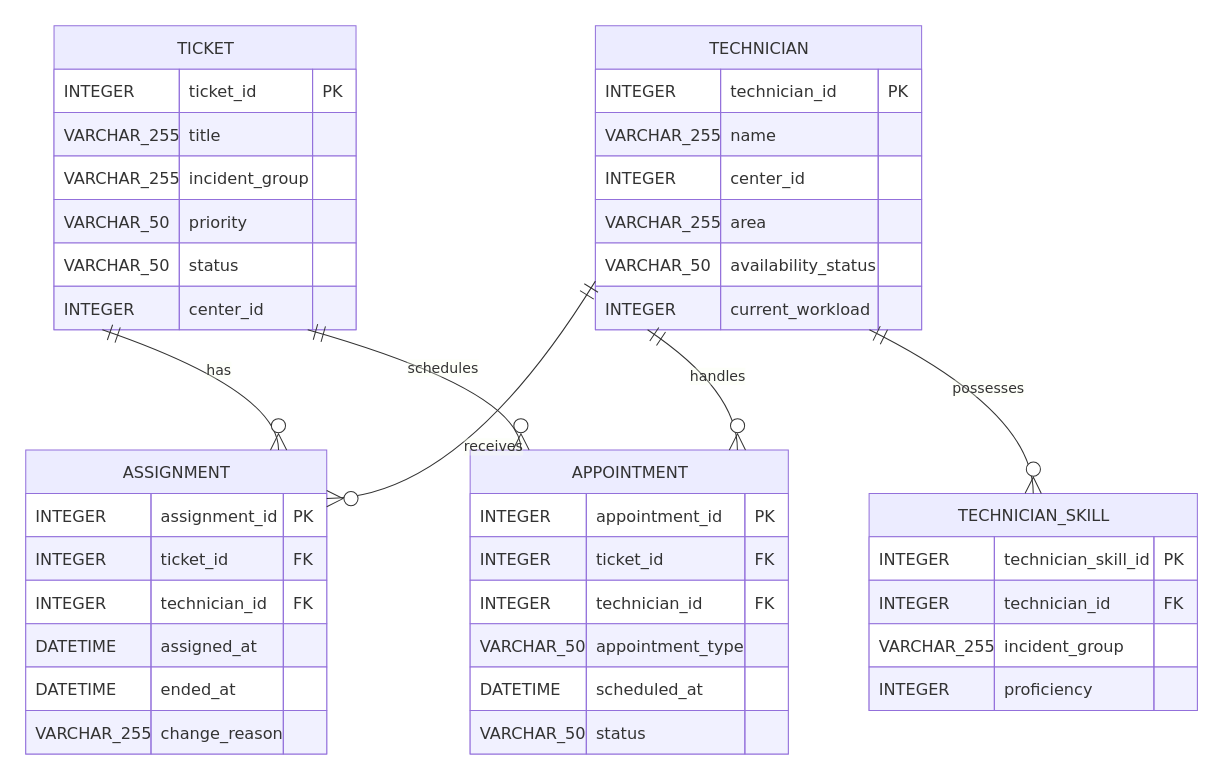
This is docs/erd.drawio from Tringuyen2374802010517/smart-crm, a draw.io file, before an edit. Source tidied: cells renumbered, new cells numbered last; positions are measured from the earlier drawing's top-left corner, leaving out a move shared by most shapes. Both pictures are drawn from the tidied source at 101%, with x=0, y=0 at pixel (17, 17).
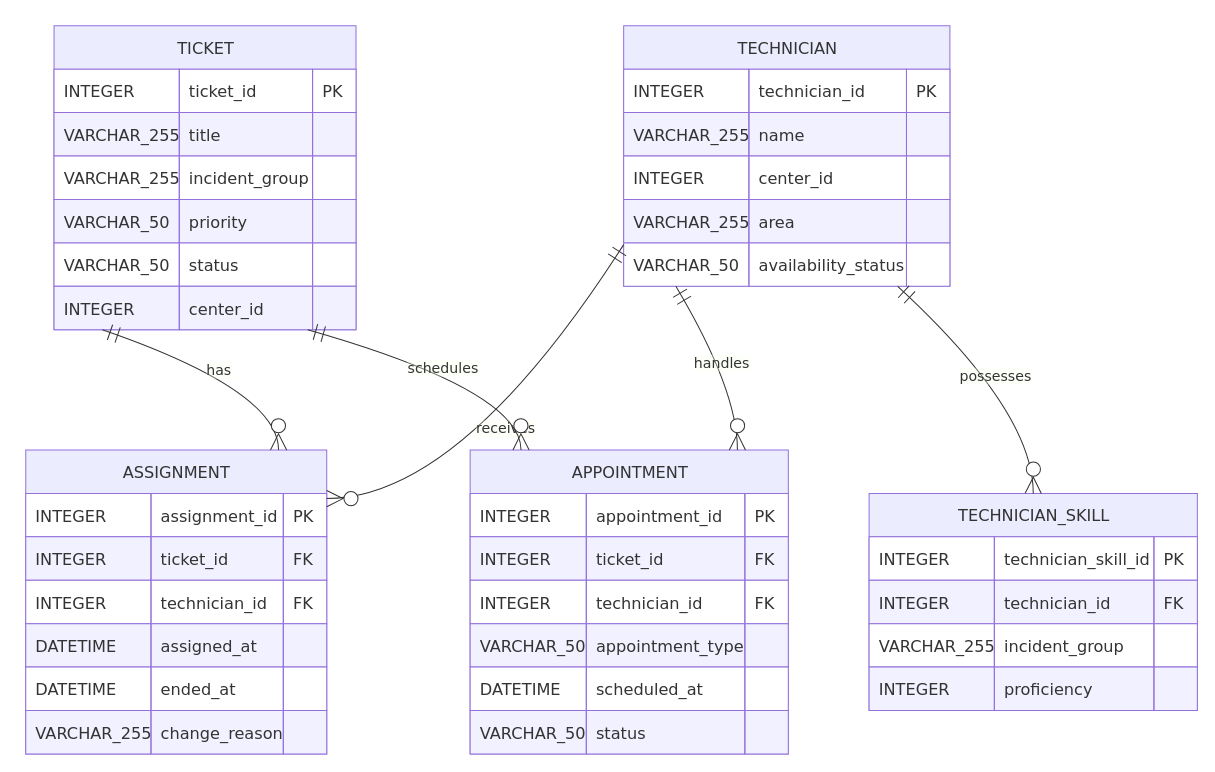
The same diagram, later.

Commit message (it also covers changes not shown here):
docs: finalize L4 SRS ERD schema and wireframes

Unchanged cells that the change refers to:
```xml
<mxCell id="2" style="group;transparentBounds=1;editIcon=1;lockedGroup=0;groupPadding=10;" parent="1" vertex="1">
  <mxGeometry as="geometry" />
</mxCell>
```

What changed in the source:
```diff
@@
     <mxCell id="53" value="TECHNICIAN" style="shape=table;startSize=43;childLayout=tableLayout;rowLines=1;fontSize=16;fontFamily=Trebuchet MS,Verdana,Arial,sans-serif;strokeWidth=1;align=center;html=1;fillColor=light-dark(#ECECFF,#1f2020);strokeColor=light-dark(#9370DB,#cccccc);fontColor=light-dark(#333333,#cccccc);" parent="2" vertex="1">
-      <mxGeometry x="572" y="8" width="323" height="301" as="geometry" />
+      <mxGeometry x="600" y="8" width="323" height="258" as="geometry" />
     </mxCell>
@@
-    <mxCell id="74" style="shape=tableRow;horizontal=0;startSize=0;swimlaneHead=0;swimlaneBody=1;fillColor=light-dark(#F1F1FF,#1f2020);strokeColor=inherit;strokeWidth=1;top=0;left=0;right=0;bottom=0;" parent="53" vertex="1">
-      <mxGeometry y="258" width="323" height="43" as="geometry" />
-    </mxCell>
-    <mxCell id="75" value="INTEGER" style="shape=partialRectangle;fillColor=none;strokeColor=light-dark(#9370DB,#cccccc);strokeWidth=1;fontColor=light-dark(#333333,#cccccc);fontFamily=Trebuchet MS,Verdana,Arial,sans-serif;top=1;left=1;bottom=1;right=1;align=left;spacingLeft=8;overflow=hidden;fontSize=16;" parent="74" vertex="1">
-      <mxGeometry width="124" height="43" as="geometry" />
-    </mxCell>
-    <mxCell id="76" value="current_workload" style="shape=partialRectangle;fillColor=none;strokeColor=light-dark(#9370DB,#cccccc);strokeWidth=1;fontColor=light-dark(#333333,#cccccc);fontFamily=Trebuchet MS,Verdana,Arial,sans-serif;top=1;left=1;bottom=1;right=1;align=left;spacingLeft=8;overflow=hidden;fontSize=16;" parent="74" vertex="1">
-      <mxGeometry x="124" width="156" height="43" as="geometry" />
-    </mxCell>
-    <mxCell id="77" style="shape=partialRectangle;fillColor=none;strokeColor=light-dark(#9370DB,#cccccc);strokeWidth=1;fontColor=light-dark(#333333,#cccccc);fontFamily=Trebuchet MS,Verdana,Arial,sans-serif;top=1;left=1;bottom=1;right=1;align=left;spacingLeft=8;overflow=hidden;fontSize=16;" parent="74" vertex="1">
-      <mxGeometry x="280" width="43" height="43" as="geometry" />
-    </mxCell>
```
